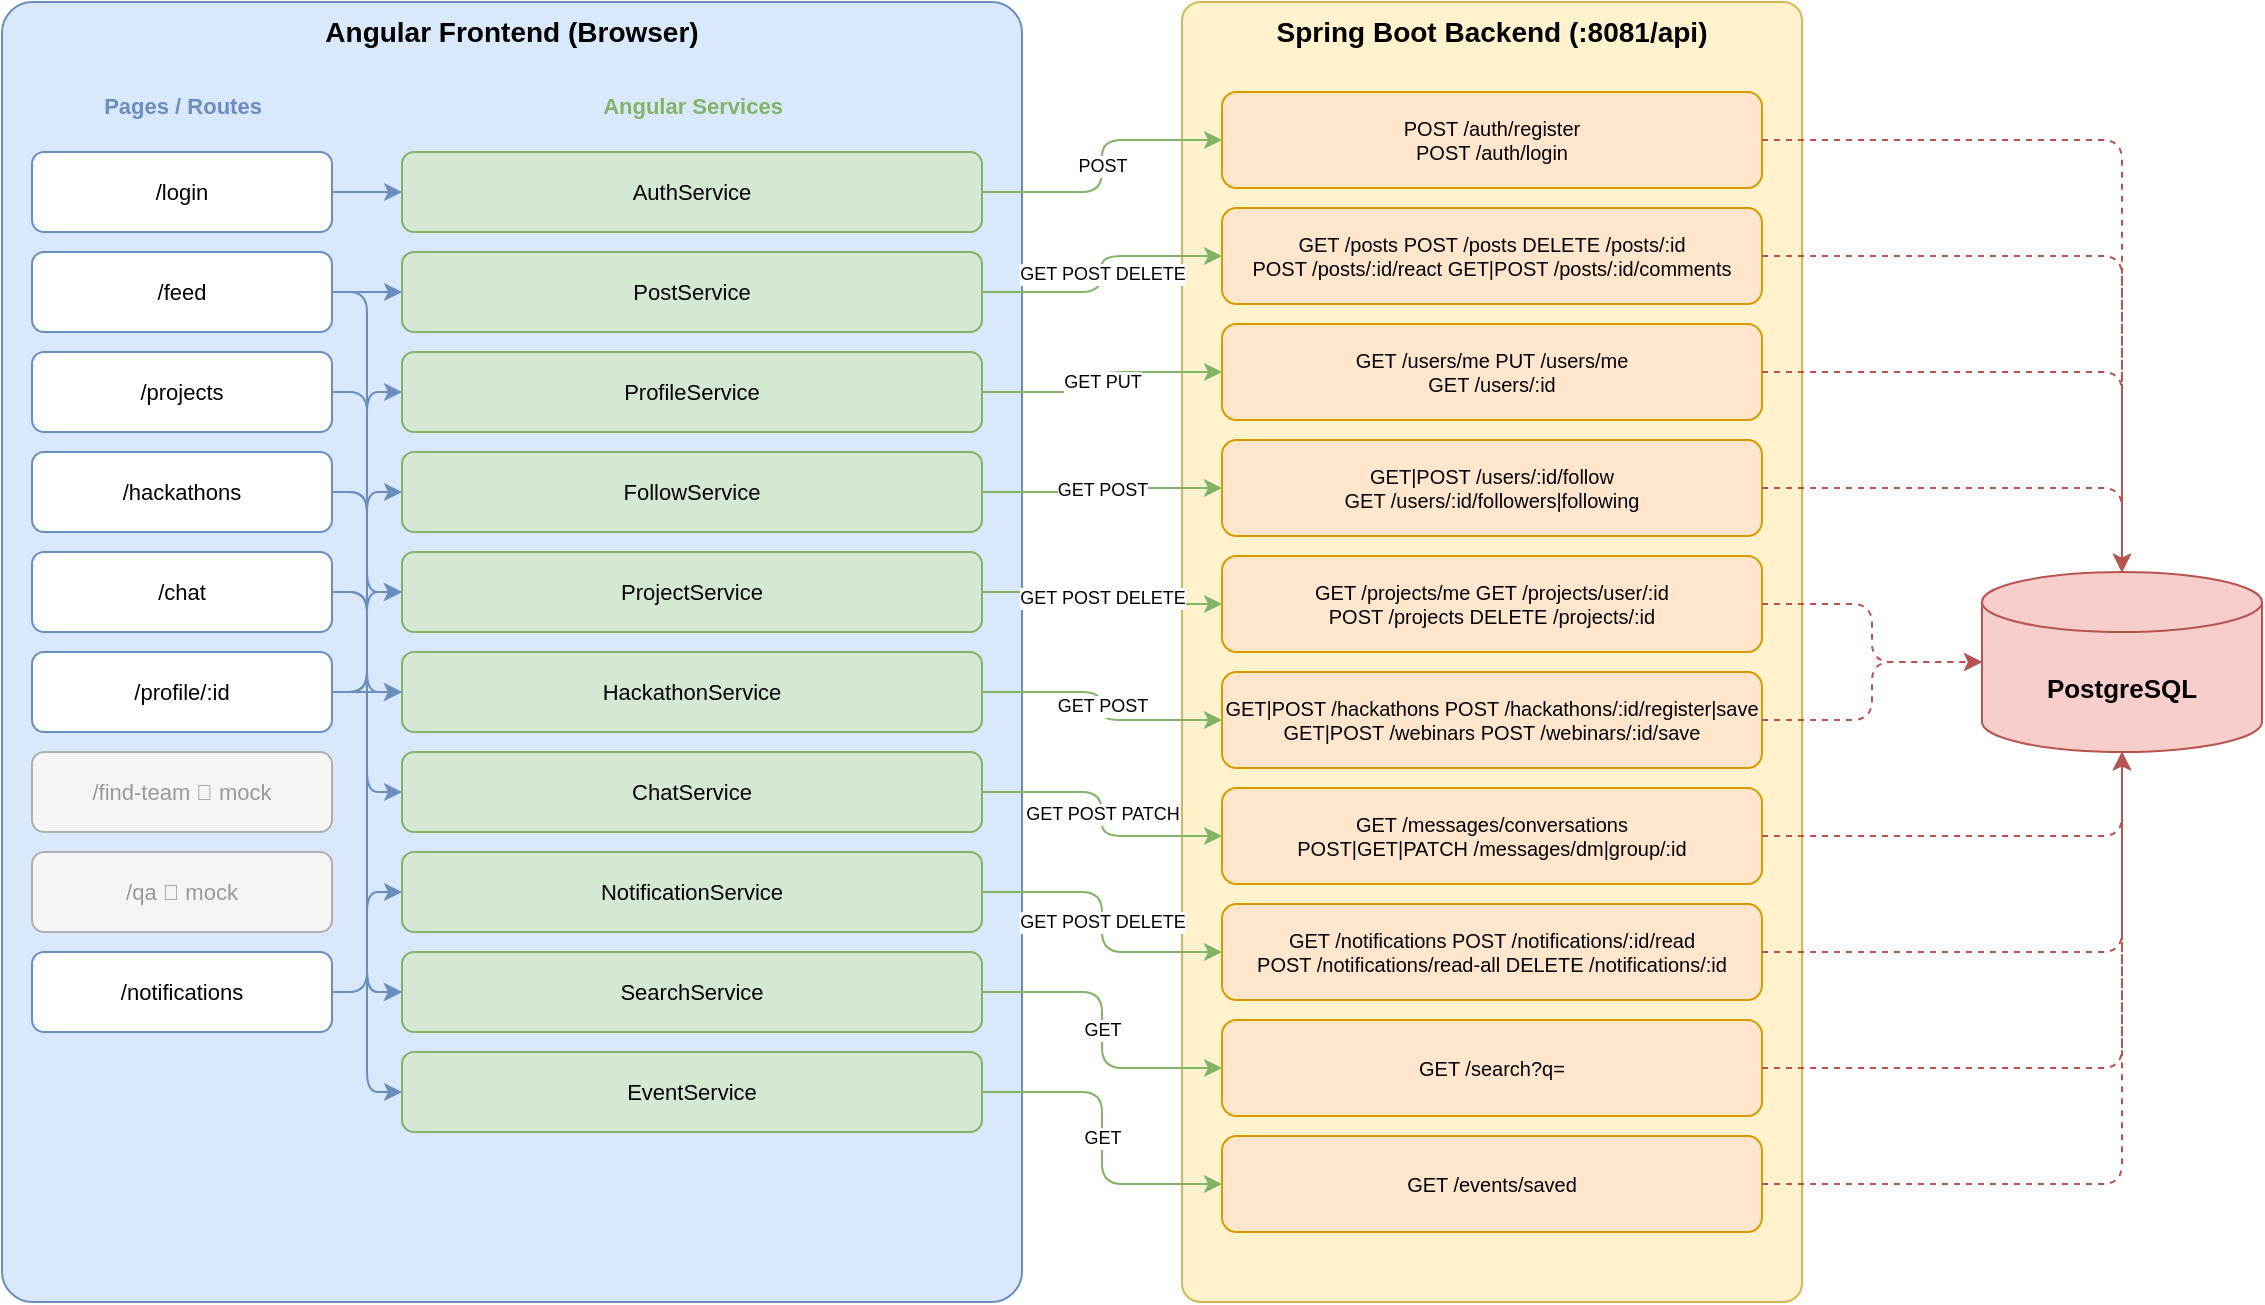
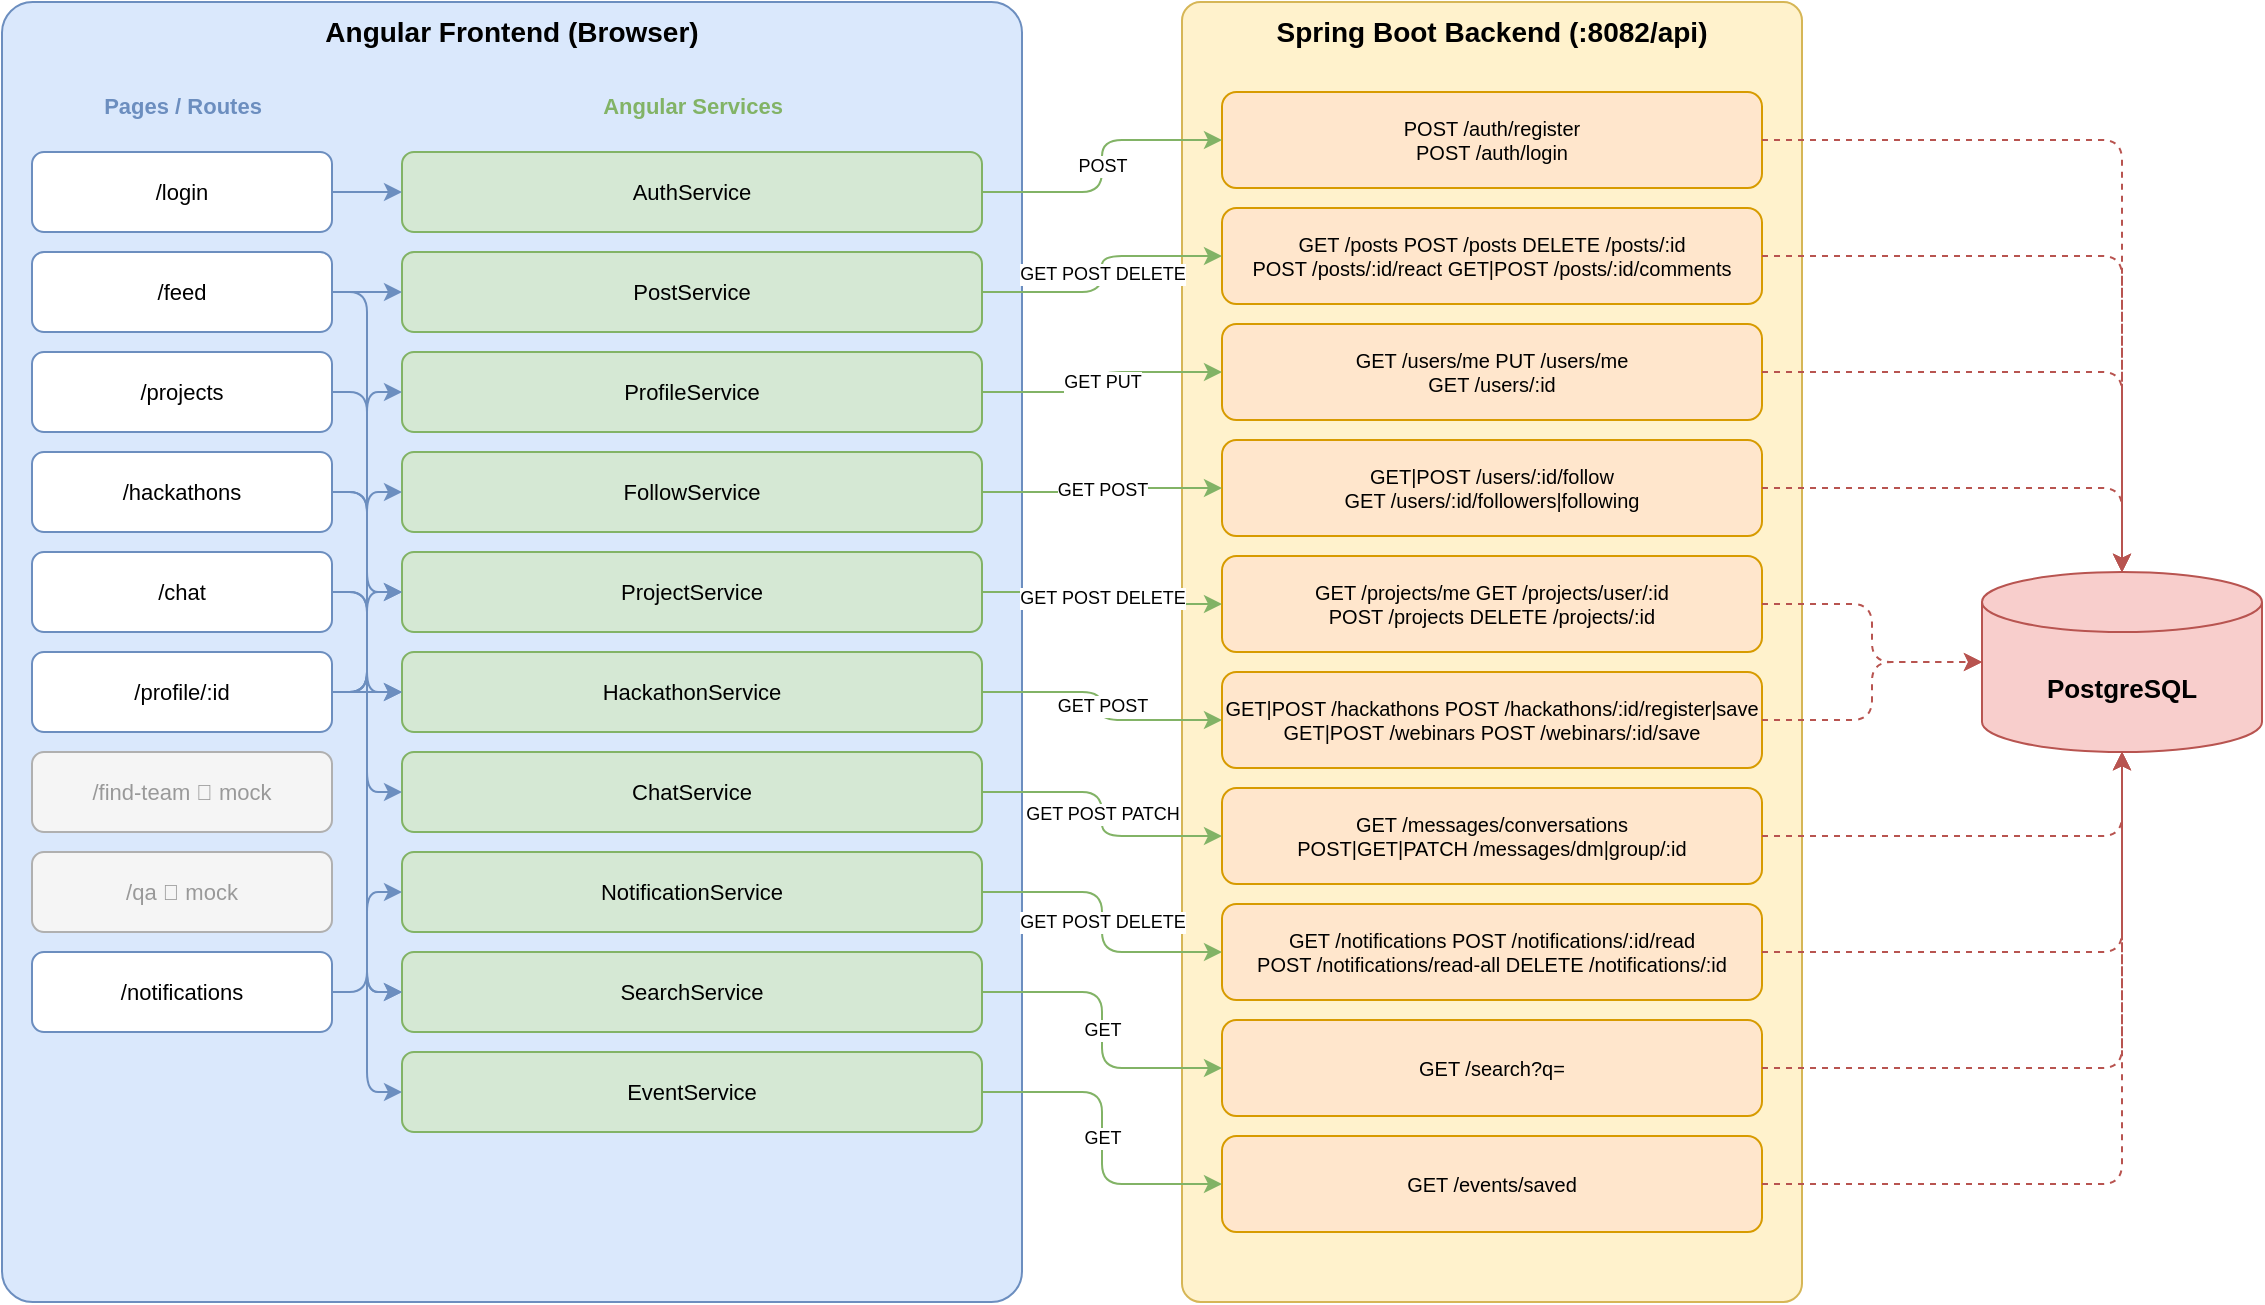
<mxGraphModel dx="1422" dy="762" grid="1" gridSize="10" guides="1" tooltips="1" connect="1" arrows="1" fold="1" page="1" pageScale="1" pageWidth="1654" pageHeight="1169" math="0" shadow="0">
  <root>
    <mxCell id="0" />
    <mxCell id="1" parent="0" />

    <!-- ═══════════════════════════════════════════════════════════ -->
    <!-- FRONTEND CONTAINER                                          -->
    <!-- ═══════════════════════════════════════════════════════════ -->
    <mxCell id="10" value="Angular Frontend (Browser)" style="rounded=1;whiteSpace=wrap;html=1;fillColor=#dae8fc;strokeColor=#6c8ebf;verticalAlign=top;fontStyle=1;fontSize=14;arcSize=3;" vertex="1" parent="1">
      <mxGeometry x="10" y="10" width="510" height="650" as="geometry" />
    </mxCell>

    <!-- Pages label -->
    <mxCell id="11" value="Pages / Routes" style="text;html=1;strokeColor=none;fillColor=none;align=center;verticalAlign=middle;fontStyle=1;fontSize=11;fontColor=#6c8ebf;" vertex="1" parent="1">
      <mxGeometry x="25" y="48" width="150" height="28" as="geometry" />
    </mxCell>

    <!-- Services label -->
    <mxCell id="12" value="Angular Services" style="text;html=1;strokeColor=none;fillColor=none;align=center;verticalAlign=middle;fontStyle=1;fontSize=11;fontColor=#82b366;" vertex="1" parent="1">
      <mxGeometry x="210" y="48" width="290" height="28" as="geometry" />
    </mxCell>

    <!-- ── Pages ── -->
    <mxCell id="101" value="/login" style="rounded=1;whiteSpace=wrap;html=1;fillColor=#ffffff;strokeColor=#6c8ebf;fontSize=11;" vertex="1" parent="1">
      <mxGeometry x="25" y="85" width="150" height="40" as="geometry" />
    </mxCell>
    <mxCell id="102" value="/feed" style="rounded=1;whiteSpace=wrap;html=1;fillColor=#ffffff;strokeColor=#6c8ebf;fontSize=11;" vertex="1" parent="1">
      <mxGeometry x="25" y="135" width="150" height="40" as="geometry" />
    </mxCell>
    <mxCell id="103" value="/projects" style="rounded=1;whiteSpace=wrap;html=1;fillColor=#ffffff;strokeColor=#6c8ebf;fontSize=11;" vertex="1" parent="1">
      <mxGeometry x="25" y="185" width="150" height="40" as="geometry" />
    </mxCell>
    <mxCell id="104" value="/hackathons" style="rounded=1;whiteSpace=wrap;html=1;fillColor=#ffffff;strokeColor=#6c8ebf;fontSize=11;" vertex="1" parent="1">
      <mxGeometry x="25" y="235" width="150" height="40" as="geometry" />
    </mxCell>
    <mxCell id="105" value="/chat" style="rounded=1;whiteSpace=wrap;html=1;fillColor=#ffffff;strokeColor=#6c8ebf;fontSize=11;" vertex="1" parent="1">
      <mxGeometry x="25" y="285" width="150" height="40" as="geometry" />
    </mxCell>
    <mxCell id="106" value="/profile/:id" style="rounded=1;whiteSpace=wrap;html=1;fillColor=#ffffff;strokeColor=#6c8ebf;fontSize=11;" vertex="1" parent="1">
      <mxGeometry x="25" y="335" width="150" height="40" as="geometry" />
    </mxCell>
    <mxCell id="107" value="/find-team  🚧 mock" style="rounded=1;whiteSpace=wrap;html=1;fillColor=#f5f5f5;strokeColor=#b0b0b0;fontSize=11;fontColor=#999999;" vertex="1" parent="1">
      <mxGeometry x="25" y="385" width="150" height="40" as="geometry" />
    </mxCell>
    <mxCell id="108" value="/qa  🚧 mock" style="rounded=1;whiteSpace=wrap;html=1;fillColor=#f5f5f5;strokeColor=#b0b0b0;fontSize=11;fontColor=#999999;" vertex="1" parent="1">
      <mxGeometry x="25" y="435" width="150" height="40" as="geometry" />
    </mxCell>
    <mxCell id="109" value="/notifications" style="rounded=1;whiteSpace=wrap;html=1;fillColor=#ffffff;strokeColor=#6c8ebf;fontSize=11;" vertex="1" parent="1">
      <mxGeometry x="25" y="485" width="150" height="40" as="geometry" />
    </mxCell>

    <!-- ── Services ── -->
    <mxCell id="201" value="AuthService" style="rounded=1;whiteSpace=wrap;html=1;fillColor=#d5e8d4;strokeColor=#82b366;fontSize=11;" vertex="1" parent="1">
      <mxGeometry x="210" y="85" width="290" height="40" as="geometry" />
    </mxCell>
    <mxCell id="202" value="PostService" style="rounded=1;whiteSpace=wrap;html=1;fillColor=#d5e8d4;strokeColor=#82b366;fontSize=11;" vertex="1" parent="1">
      <mxGeometry x="210" y="135" width="290" height="40" as="geometry" />
    </mxCell>
    <mxCell id="203" value="ProfileService" style="rounded=1;whiteSpace=wrap;html=1;fillColor=#d5e8d4;strokeColor=#82b366;fontSize=11;" vertex="1" parent="1">
      <mxGeometry x="210" y="185" width="290" height="40" as="geometry" />
    </mxCell>
    <mxCell id="204" value="FollowService" style="rounded=1;whiteSpace=wrap;html=1;fillColor=#d5e8d4;strokeColor=#82b366;fontSize=11;" vertex="1" parent="1">
      <mxGeometry x="210" y="235" width="290" height="40" as="geometry" />
    </mxCell>
    <mxCell id="205" value="ProjectService" style="rounded=1;whiteSpace=wrap;html=1;fillColor=#d5e8d4;strokeColor=#82b366;fontSize=11;" vertex="1" parent="1">
      <mxGeometry x="210" y="285" width="290" height="40" as="geometry" />
    </mxCell>
    <mxCell id="206" value="HackathonService" style="rounded=1;whiteSpace=wrap;html=1;fillColor=#d5e8d4;strokeColor=#82b366;fontSize=11;" vertex="1" parent="1">
      <mxGeometry x="210" y="335" width="290" height="40" as="geometry" />
    </mxCell>
    <mxCell id="207" value="ChatService" style="rounded=1;whiteSpace=wrap;html=1;fillColor=#d5e8d4;strokeColor=#82b366;fontSize=11;" vertex="1" parent="1">
      <mxGeometry x="210" y="385" width="290" height="40" as="geometry" />
    </mxCell>
    <mxCell id="208" value="NotificationService" style="rounded=1;whiteSpace=wrap;html=1;fillColor=#d5e8d4;strokeColor=#82b366;fontSize=11;" vertex="1" parent="1">
      <mxGeometry x="210" y="435" width="290" height="40" as="geometry" />
    </mxCell>
    <mxCell id="209" value="SearchService" style="rounded=1;whiteSpace=wrap;html=1;fillColor=#d5e8d4;strokeColor=#82b366;fontSize=11;" vertex="1" parent="1">
      <mxGeometry x="210" y="485" width="290" height="40" as="geometry" />
    </mxCell>
    <mxCell id="210" value="EventService" style="rounded=1;whiteSpace=wrap;html=1;fillColor=#d5e8d4;strokeColor=#82b366;fontSize=11;" vertex="1" parent="1">
      <mxGeometry x="210" y="535" width="290" height="40" as="geometry" />
    </mxCell>

    <!-- ═══════════════════════════════════════════════════════════ -->
    <!-- BACKEND CONTAINER                                           -->
    <!-- ═══════════════════════════════════════════════════════════ -->
-     <mxCell id="20" value="Spring Boot Backend  (:8081/api)" style="rounded=1;whiteSpace=wrap;html=1;fillColor=#fff2cc;strokeColor=#d6b656;verticalAlign=top;fontStyle=1;fontSize=14;arcSize=3;" vertex="1" parent="1">
+     <mxCell id="20" value="Spring Boot Backend  (:8082/api)" style="rounded=1;whiteSpace=wrap;html=1;fillColor=#fff2cc;strokeColor=#d6b656;verticalAlign=top;fontStyle=1;fontSize=14;arcSize=3;" vertex="1" parent="1">
      <mxGeometry x="600" y="10" width="310" height="650" as="geometry" />
    </mxCell>

    <!-- ── Controllers ── -->
    <mxCell id="301" value="POST /auth/register&#xa;POST /auth/login" style="rounded=1;whiteSpace=wrap;html=1;fillColor=#ffe6cc;strokeColor=#d79b00;fontSize=10;" vertex="1" parent="1">
      <mxGeometry x="620" y="55" width="270" height="48" as="geometry" />
    </mxCell>
    <mxCell id="302" value="GET /posts   POST /posts   DELETE /posts/:id&#xa;POST /posts/:id/react   GET|POST /posts/:id/comments" style="rounded=1;whiteSpace=wrap;html=1;fillColor=#ffe6cc;strokeColor=#d79b00;fontSize=10;" vertex="1" parent="1">
      <mxGeometry x="620" y="113" width="270" height="48" as="geometry" />
    </mxCell>
    <mxCell id="303" value="GET /users/me   PUT /users/me&#xa;GET /users/:id" style="rounded=1;whiteSpace=wrap;html=1;fillColor=#ffe6cc;strokeColor=#d79b00;fontSize=10;" vertex="1" parent="1">
      <mxGeometry x="620" y="171" width="270" height="48" as="geometry" />
    </mxCell>
    <mxCell id="304" value="GET|POST /users/:id/follow&#xa;GET /users/:id/followers|following" style="rounded=1;whiteSpace=wrap;html=1;fillColor=#ffe6cc;strokeColor=#d79b00;fontSize=10;" vertex="1" parent="1">
      <mxGeometry x="620" y="229" width="270" height="48" as="geometry" />
    </mxCell>
    <mxCell id="305" value="GET /projects/me   GET /projects/user/:id&#xa;POST /projects   DELETE /projects/:id" style="rounded=1;whiteSpace=wrap;html=1;fillColor=#ffe6cc;strokeColor=#d79b00;fontSize=10;" vertex="1" parent="1">
      <mxGeometry x="620" y="287" width="270" height="48" as="geometry" />
    </mxCell>
    <mxCell id="306" value="GET|POST /hackathons   POST /hackathons/:id/register|save&#xa;GET|POST /webinars   POST /webinars/:id/save" style="rounded=1;whiteSpace=wrap;html=1;fillColor=#ffe6cc;strokeColor=#d79b00;fontSize=10;" vertex="1" parent="1">
      <mxGeometry x="620" y="345" width="270" height="48" as="geometry" />
    </mxCell>
    <mxCell id="307" value="GET /messages/conversations&#xa;POST|GET|PATCH /messages/dm|group/:id" style="rounded=1;whiteSpace=wrap;html=1;fillColor=#ffe6cc;strokeColor=#d79b00;fontSize=10;" vertex="1" parent="1">
      <mxGeometry x="620" y="403" width="270" height="48" as="geometry" />
    </mxCell>
    <mxCell id="308" value="GET /notifications   POST /notifications/:id/read&#xa;POST /notifications/read-all   DELETE /notifications/:id" style="rounded=1;whiteSpace=wrap;html=1;fillColor=#ffe6cc;strokeColor=#d79b00;fontSize=10;" vertex="1" parent="1">
      <mxGeometry x="620" y="461" width="270" height="48" as="geometry" />
    </mxCell>
    <mxCell id="309" value="GET /search?q=" style="rounded=1;whiteSpace=wrap;html=1;fillColor=#ffe6cc;strokeColor=#d79b00;fontSize=10;" vertex="1" parent="1">
      <mxGeometry x="620" y="519" width="270" height="48" as="geometry" />
    </mxCell>
    <mxCell id="310" value="GET /events/saved" style="rounded=1;whiteSpace=wrap;html=1;fillColor=#ffe6cc;strokeColor=#d79b00;fontSize=10;" vertex="1" parent="1">
      <mxGeometry x="620" y="577" width="270" height="48" as="geometry" />
    </mxCell>

    <!-- ═══════════════════════════════════════════════════════════ -->
    <!-- DATABASE                                                    -->
    <!-- ═══════════════════════════════════════════════════════════ -->
    <mxCell id="400" value="PostgreSQL" style="shape=cylinder3;whiteSpace=wrap;html=1;boundedLbl=1;backgroundOutline=1;fillColor=#f8cecc;strokeColor=#b85450;fontSize=13;fontStyle=1;" vertex="1" parent="1">
      <mxGeometry x="1000" y="295" width="140" height="90" as="geometry" />
    </mxCell>

    <!-- ═══════════════════════════════════════════════════════════ -->
    <!-- EDGES: Page → Service                                       -->
    <!-- ═══════════════════════════════════════════════════════════ -->
    <mxCell id="501" style="edgeStyle=orthogonalEdgeStyle;html=1;strokeColor=#6c8ebf;exitX=1;exitY=0.5;exitDx=0;exitDy=0;entryX=0;entryY=0.5;entryDx=0;entryDy=0;" edge="1" source="101" target="201" parent="1">
      <mxGeometry relative="1" as="geometry" />
    </mxCell>
    <mxCell id="502" style="edgeStyle=orthogonalEdgeStyle;html=1;strokeColor=#6c8ebf;exitX=1;exitY=0.5;exitDx=0;exitDy=0;entryX=0;entryY=0.5;entryDx=0;entryDy=0;" edge="1" source="102" target="202" parent="1">
      <mxGeometry relative="1" as="geometry" />
    </mxCell>
    <mxCell id="503" style="edgeStyle=orthogonalEdgeStyle;html=1;strokeColor=#6c8ebf;exitX=1;exitY=0.5;exitDx=0;exitDy=0;entryX=0;entryY=0.5;entryDx=0;entryDy=0;" edge="1" source="102" target="209" parent="1">
      <mxGeometry relative="1" as="geometry" />
    </mxCell>
    <mxCell id="504" style="edgeStyle=orthogonalEdgeStyle;html=1;strokeColor=#6c8ebf;exitX=1;exitY=0.5;exitDx=0;exitDy=0;entryX=0;entryY=0.5;entryDx=0;entryDy=0;" edge="1" source="103" target="205" parent="1">
      <mxGeometry relative="1" as="geometry" />
    </mxCell>
    <mxCell id="505" style="edgeStyle=orthogonalEdgeStyle;html=1;strokeColor=#6c8ebf;exitX=1;exitY=0.5;exitDx=0;exitDy=0;entryX=0;entryY=0.5;entryDx=0;entryDy=0;" edge="1" source="104" target="206" parent="1">
      <mxGeometry relative="1" as="geometry" />
    </mxCell>
    <mxCell id="506" style="edgeStyle=orthogonalEdgeStyle;html=1;strokeColor=#6c8ebf;exitX=1;exitY=0.5;exitDx=0;exitDy=0;entryX=0;entryY=0.5;entryDx=0;entryDy=0;" edge="1" source="104" target="210" parent="1">
      <mxGeometry relative="1" as="geometry" />
    </mxCell>
    <mxCell id="507" style="edgeStyle=orthogonalEdgeStyle;html=1;strokeColor=#6c8ebf;exitX=1;exitY=0.5;exitDx=0;exitDy=0;entryX=0;entryY=0.5;entryDx=0;entryDy=0;" edge="1" source="105" target="207" parent="1">
      <mxGeometry relative="1" as="geometry" />
    </mxCell>
    <mxCell id="508" style="edgeStyle=orthogonalEdgeStyle;html=1;strokeColor=#6c8ebf;exitX=1;exitY=0.5;exitDx=0;exitDy=0;entryX=0;entryY=0.5;entryDx=0;entryDy=0;" edge="1" source="105" target="209" parent="1">
      <mxGeometry relative="1" as="geometry" />
    </mxCell>
    <mxCell id="509" style="edgeStyle=orthogonalEdgeStyle;html=1;strokeColor=#6c8ebf;exitX=1;exitY=0.5;exitDx=0;exitDy=0;entryX=0;entryY=0.5;entryDx=0;entryDy=0;" edge="1" source="106" target="203" parent="1">
      <mxGeometry relative="1" as="geometry" />
    </mxCell>
    <mxCell id="510" style="edgeStyle=orthogonalEdgeStyle;html=1;strokeColor=#6c8ebf;exitX=1;exitY=0.5;exitDx=0;exitDy=0;entryX=0;entryY=0.5;entryDx=0;entryDy=0;" edge="1" source="106" target="204" parent="1">
      <mxGeometry relative="1" as="geometry" />
    </mxCell>
    <mxCell id="511" style="edgeStyle=orthogonalEdgeStyle;html=1;strokeColor=#6c8ebf;exitX=1;exitY=0.5;exitDx=0;exitDy=0;entryX=0;entryY=0.5;entryDx=0;entryDy=0;" edge="1" source="106" target="205" parent="1">
      <mxGeometry relative="1" as="geometry" />
    </mxCell>
    <mxCell id="512" style="edgeStyle=orthogonalEdgeStyle;html=1;strokeColor=#6c8ebf;exitX=1;exitY=0.5;exitDx=0;exitDy=0;entryX=0;entryY=0.5;entryDx=0;entryDy=0;" edge="1" source="106" target="206" parent="1">
      <mxGeometry relative="1" as="geometry" />
    </mxCell>
    <mxCell id="513" style="edgeStyle=orthogonalEdgeStyle;html=1;strokeColor=#6c8ebf;exitX=1;exitY=0.5;exitDx=0;exitDy=0;entryX=0;entryY=0.5;entryDx=0;entryDy=0;" edge="1" source="109" target="208" parent="1">
      <mxGeometry relative="1" as="geometry" />
    </mxCell>

    <!-- ═══════════════════════════════════════════════════════════ -->
    <!-- EDGES: Service → Controller                                 -->
    <!-- ═══════════════════════════════════════════════════════════ -->
    <mxCell id="601" value="POST" style="edgeStyle=orthogonalEdgeStyle;html=1;strokeColor=#82b366;fontSize=9;exitX=1;exitY=0.5;exitDx=0;exitDy=0;entryX=0;entryY=0.5;entryDx=0;entryDy=0;" edge="1" source="201" target="301" parent="1">
      <mxGeometry relative="1" as="geometry" />
    </mxCell>
    <mxCell id="602" value="GET POST DELETE" style="edgeStyle=orthogonalEdgeStyle;html=1;strokeColor=#82b366;fontSize=9;exitX=1;exitY=0.5;exitDx=0;exitDy=0;entryX=0;entryY=0.5;entryDx=0;entryDy=0;" edge="1" source="202" target="302" parent="1">
      <mxGeometry relative="1" as="geometry" />
    </mxCell>
    <mxCell id="603" value="GET PUT" style="edgeStyle=orthogonalEdgeStyle;html=1;strokeColor=#82b366;fontSize=9;exitX=1;exitY=0.5;exitDx=0;exitDy=0;entryX=0;entryY=0.5;entryDx=0;entryDy=0;" edge="1" source="203" target="303" parent="1">
      <mxGeometry relative="1" as="geometry" />
    </mxCell>
    <mxCell id="604" value="GET POST" style="edgeStyle=orthogonalEdgeStyle;html=1;strokeColor=#82b366;fontSize=9;exitX=1;exitY=0.5;exitDx=0;exitDy=0;entryX=0;entryY=0.5;entryDx=0;entryDy=0;" edge="1" source="204" target="304" parent="1">
      <mxGeometry relative="1" as="geometry" />
    </mxCell>
    <mxCell id="605" value="GET POST DELETE" style="edgeStyle=orthogonalEdgeStyle;html=1;strokeColor=#82b366;fontSize=9;exitX=1;exitY=0.5;exitDx=0;exitDy=0;entryX=0;entryY=0.5;entryDx=0;entryDy=0;" edge="1" source="205" target="305" parent="1">
      <mxGeometry relative="1" as="geometry" />
    </mxCell>
    <mxCell id="606" value="GET POST" style="edgeStyle=orthogonalEdgeStyle;html=1;strokeColor=#82b366;fontSize=9;exitX=1;exitY=0.5;exitDx=0;exitDy=0;entryX=0;entryY=0.5;entryDx=0;entryDy=0;" edge="1" source="206" target="306" parent="1">
      <mxGeometry relative="1" as="geometry" />
    </mxCell>
    <mxCell id="607" value="GET POST PATCH" style="edgeStyle=orthogonalEdgeStyle;html=1;strokeColor=#82b366;fontSize=9;exitX=1;exitY=0.5;exitDx=0;exitDy=0;entryX=0;entryY=0.5;entryDx=0;entryDy=0;" edge="1" source="207" target="307" parent="1">
      <mxGeometry relative="1" as="geometry" />
    </mxCell>
    <mxCell id="608" value="GET POST DELETE" style="edgeStyle=orthogonalEdgeStyle;html=1;strokeColor=#82b366;fontSize=9;exitX=1;exitY=0.5;exitDx=0;exitDy=0;entryX=0;entryY=0.5;entryDx=0;entryDy=0;" edge="1" source="208" target="308" parent="1">
      <mxGeometry relative="1" as="geometry" />
    </mxCell>
    <mxCell id="609" value="GET" style="edgeStyle=orthogonalEdgeStyle;html=1;strokeColor=#82b366;fontSize=9;exitX=1;exitY=0.5;exitDx=0;exitDy=0;entryX=0;entryY=0.5;entryDx=0;entryDy=0;" edge="1" source="209" target="309" parent="1">
      <mxGeometry relative="1" as="geometry" />
    </mxCell>
    <mxCell id="610" value="GET" style="edgeStyle=orthogonalEdgeStyle;html=1;strokeColor=#82b366;fontSize=9;exitX=1;exitY=0.5;exitDx=0;exitDy=0;entryX=0;entryY=0.5;entryDx=0;entryDy=0;" edge="1" source="210" target="310" parent="1">
      <mxGeometry relative="1" as="geometry" />
    </mxCell>

    <!-- ═══════════════════════════════════════════════════════════ -->
    <!-- EDGES: Controller → Database                                -->
    <!-- ═══════════════════════════════════════════════════════════ -->
    <mxCell id="701" style="edgeStyle=orthogonalEdgeStyle;html=1;strokeColor=#b85450;dashed=1;" edge="1" source="301" target="400" parent="1">
      <mxGeometry relative="1" as="geometry" />
    </mxCell>
    <mxCell id="702" style="edgeStyle=orthogonalEdgeStyle;html=1;strokeColor=#b85450;dashed=1;" edge="1" source="302" target="400" parent="1">
      <mxGeometry relative="1" as="geometry" />
    </mxCell>
    <mxCell id="703" style="edgeStyle=orthogonalEdgeStyle;html=1;strokeColor=#b85450;dashed=1;" edge="1" source="303" target="400" parent="1">
      <mxGeometry relative="1" as="geometry" />
    </mxCell>
    <mxCell id="704" style="edgeStyle=orthogonalEdgeStyle;html=1;strokeColor=#b85450;dashed=1;" edge="1" source="304" target="400" parent="1">
      <mxGeometry relative="1" as="geometry" />
    </mxCell>
    <mxCell id="705" style="edgeStyle=orthogonalEdgeStyle;html=1;strokeColor=#b85450;dashed=1;" edge="1" source="305" target="400" parent="1">
      <mxGeometry relative="1" as="geometry" />
    </mxCell>
    <mxCell id="706" style="edgeStyle=orthogonalEdgeStyle;html=1;strokeColor=#b85450;dashed=1;" edge="1" source="306" target="400" parent="1">
      <mxGeometry relative="1" as="geometry" />
    </mxCell>
    <mxCell id="707" style="edgeStyle=orthogonalEdgeStyle;html=1;strokeColor=#b85450;dashed=1;" edge="1" source="307" target="400" parent="1">
      <mxGeometry relative="1" as="geometry" />
    </mxCell>
    <mxCell id="708" style="edgeStyle=orthogonalEdgeStyle;html=1;strokeColor=#b85450;dashed=1;" edge="1" source="308" target="400" parent="1">
      <mxGeometry relative="1" as="geometry" />
    </mxCell>
    <mxCell id="709" style="edgeStyle=orthogonalEdgeStyle;html=1;strokeColor=#b85450;dashed=1;" edge="1" source="309" target="400" parent="1">
      <mxGeometry relative="1" as="geometry" />
    </mxCell>
    <mxCell id="710" style="edgeStyle=orthogonalEdgeStyle;html=1;strokeColor=#b85450;dashed=1;" edge="1" source="310" target="400" parent="1">
      <mxGeometry relative="1" as="geometry" />
    </mxCell>

  </root>
</mxGraphModel>
